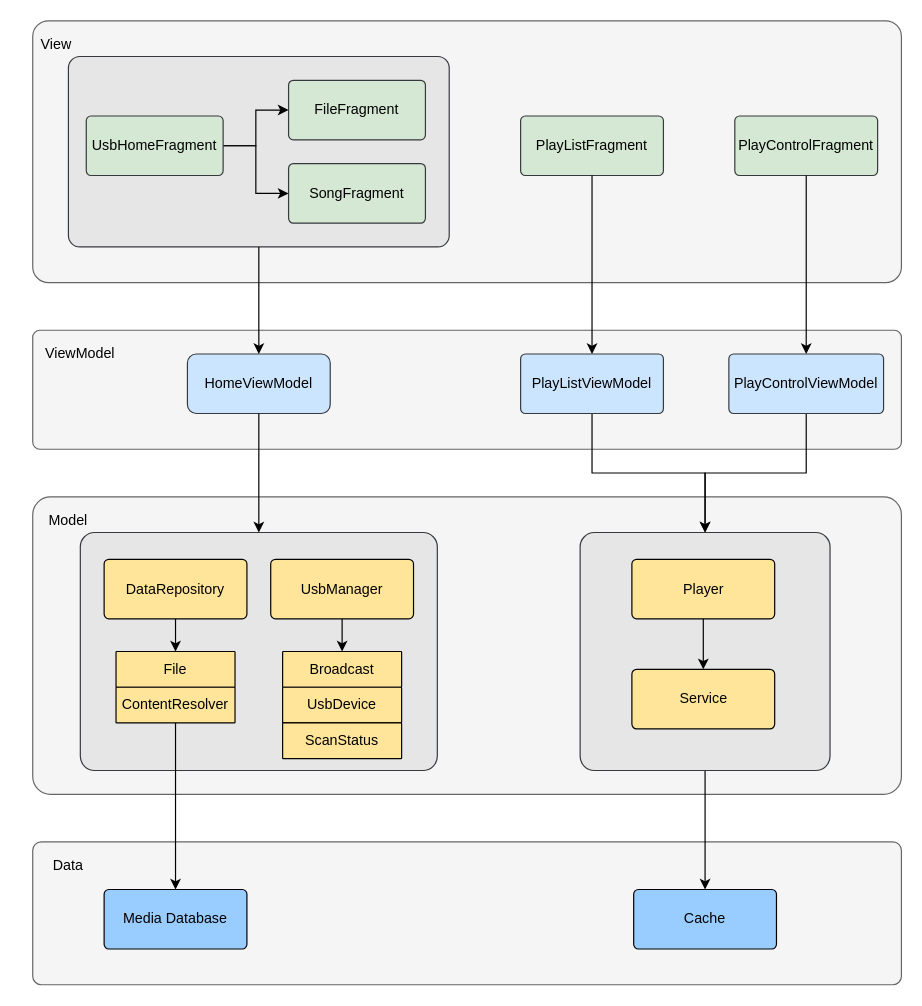
Above: Untitled Diagram.drawio in mengzhi5575/TestGit (draw.io), before the change. Source tidied: cells renumbered, new cells numbered last; positions are measured from the earlier drawing's top-left corner, leaving out a move shared by most shapes. Both pictures are drawn from the tidied source at 119%, with x=0, y=0 at pixel (20, 20).
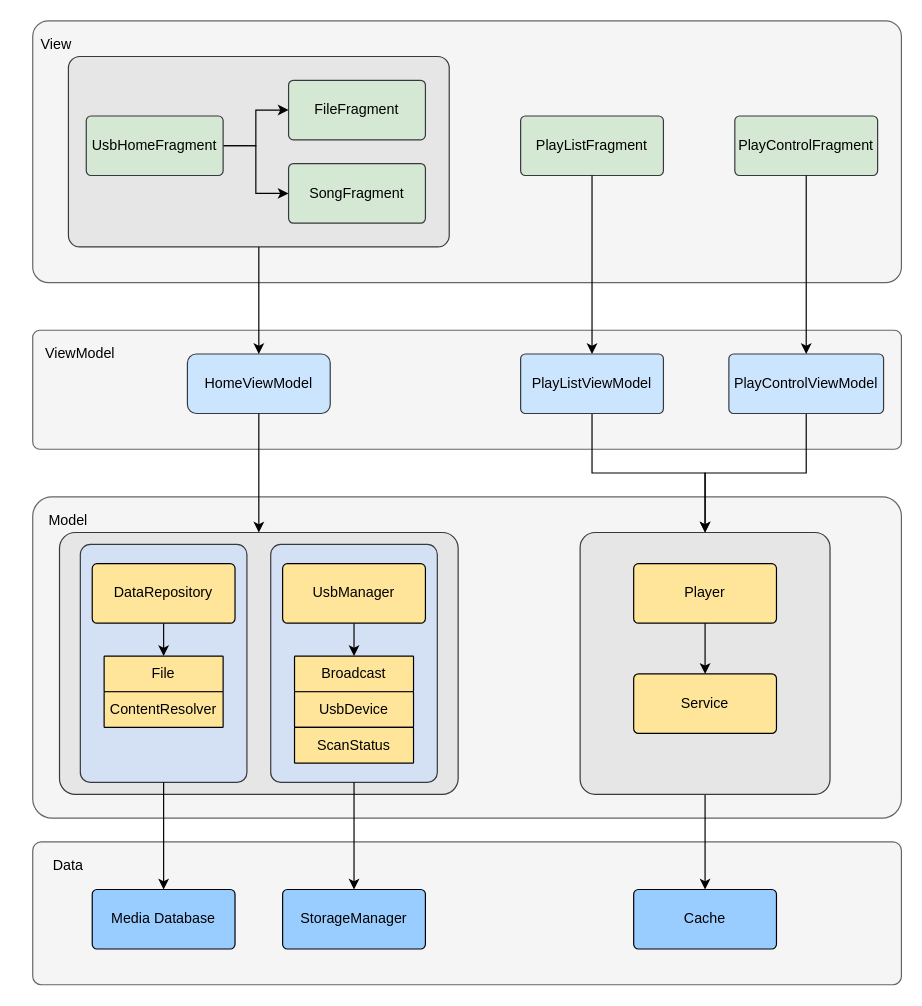
Above is the later version.

Diff of the diagram source:
```diff
@@
+    <mxCell id="3" style="rounded=1;whiteSpace=wrap;html=1;fillColor=#f5f5f5;fontColor=#333333;strokeColor=#666666;align=left;arcSize=6;" parent="1" vertex="1">
+      <mxGeometry x="10" y="400" width="730" height="270" as="geometry" />
+    </mxCell>
+    <mxCell id="6" style="rounded=1;whiteSpace=wrap;html=1;fillColor=#E6E6E6;strokeColor=#36393d;arcSize=6;" parent="1" vertex="1">
+      <mxGeometry x="32.5" y="430" width="335" height="220" as="geometry" />
+    </mxCell>
+    <mxCell id="45" style="rounded=1;whiteSpace=wrap;html=1;fillColor=#D4E1F5;strokeColor=#36393d;arcSize=6;" parent="1" vertex="1">
+      <mxGeometry x="210" y="440" width="140" height="200" as="geometry" />
+    </mxCell>
+    <mxCell id="46" style="rounded=1;whiteSpace=wrap;html=1;fillColor=#D4E1F5;strokeColor=#36393d;arcSize=6;" parent="1" vertex="1">
+      <mxGeometry x="50" y="440" width="140" height="200" as="geometry" />
+    </mxCell>
@@
-    <mxCell id="3" style="rounded=1;whiteSpace=wrap;html=1;fillColor=#f5f5f5;fontColor=#333333;strokeColor=#666666;align=left;arcSize=6;" parent="1" vertex="1">
-      <mxGeometry x="10" y="400" width="730" height="250" as="geometry" />
-    </mxCell>
@@
     <mxCell id="5" style="rounded=1;whiteSpace=wrap;html=1;fillColor=#E6E6E6;strokeColor=#36393d;arcSize=6;" parent="1" vertex="1">
-      <mxGeometry x="470" y="430" width="210" height="200" as="geometry" />
+      <mxGeometry x="470" y="430" width="210" height="220" as="geometry" />
     </mxCell>
-    <mxCell id="6" style="rounded=1;whiteSpace=wrap;html=1;fillColor=#E6E6E6;strokeColor=#36393d;arcSize=6;" parent="1" vertex="1">
-      <mxGeometry x="50" y="430" width="300" height="200" as="geometry" />
-    </mxCell>
     <mxCell id="7" value="Player" style="rounded=1;whiteSpace=wrap;html=1;fillColor=#FFE599;strokeColor=#000000;arcSize=8;" parent="1" vertex="1">
-      <mxGeometry x="513.5" y="452.5" width="120" height="50" as="geometry" />
+      <mxGeometry x="515" y="456.2" width="120" height="50" as="geometry" />
     </mxCell>
@@
     <mxCell id="30" value="Service" style="rounded=1;whiteSpace=wrap;html=1;fillColor=#FFE599;strokeColor=#000000;arcSize=8;" parent="1" vertex="1">
-      <mxGeometry x="513.5" y="545" width="120" height="50" as="geometry" />
+      <mxGeometry x="515" y="548.8" width="120" height="50" as="geometry" />
     </mxCell>
     <mxCell id="31" value="Media Database" style="rounded=1;whiteSpace=wrap;html=1;fillColor=#99CCFF;strokeColor=#000000;arcSize=8;" parent="1" vertex="1">
-      <mxGeometry x="70" y="730" width="120" height="50" as="geometry" />
+      <mxGeometry x="60" y="730" width="120" height="50" as="geometry" />
     </mxCell>
     <mxCell id="32" value="File" style="rounded=1;whiteSpace=wrap;html=1;fillColor=#FFE599;strokeColor=#000000;arcSize=2;" parent="1" vertex="1">
-      <mxGeometry x="80" y="530" width="100" height="30" as="geometry" />
+      <mxGeometry x="70" y="533.8" width="100" height="30" as="geometry" />
     </mxCell>
@@
-    <mxCell id="36" style="edgeStyle=orthogonalEdgeStyle;rounded=0;jettySize=auto;html=1;exitX=0.5;exitY=1;exitDx=0;exitDy=0;startArrow=none;startFill=0;" parent="1" edge="1" source="37" target="31">
-      <mxGeometry relative="1" as="geometry" />
-    </mxCell>
     <mxCell id="37" value="ContentResolver" style="rounded=1;whiteSpace=wrap;html=1;fillColor=#FFE599;strokeColor=#000000;arcSize=2;" parent="1" vertex="1">
-      <mxGeometry x="80" y="560" width="100" height="30" as="geometry" />
+      <mxGeometry x="70" y="563.8" width="100" height="30" as="geometry" />
     </mxCell>
@@
     <mxCell id="39" value="DataRepository" style="rounded=1;whiteSpace=wrap;html=1;fillColor=#FFE599;strokeColor=#000000;arcSize=8;" parent="1" vertex="1">
-      <mxGeometry x="70" y="452.5" width="120" height="50" as="geometry" />
+      <mxGeometry x="60" y="456.2" width="120" height="50" as="geometry" />
     </mxCell>
@@
     <mxCell id="41" value="UsbManager" style="rounded=1;whiteSpace=wrap;html=1;fillColor=#FFE599;strokeColor=#000000;arcSize=8;" parent="1" vertex="1">
-      <mxGeometry x="210" y="452.5" width="120" height="50" as="geometry" />
+      <mxGeometry x="220" y="456.2" width="120" height="50" as="geometry" />
     </mxCell>
     <mxCell id="42" value="Broadcast" style="rounded=1;whiteSpace=wrap;html=1;fillColor=#FFE599;strokeColor=#000000;arcSize=2;" parent="1" vertex="1">
-      <mxGeometry x="220" y="530" width="100" height="30" as="geometry" />
+      <mxGeometry x="230" y="533.8" width="100" height="30" as="geometry" />
     </mxCell>
     <mxCell id="43" value="UsbDevice" style="rounded=1;whiteSpace=wrap;html=1;fillColor=#FFE599;strokeColor=#000000;arcSize=2;" parent="1" vertex="1">
-      <mxGeometry x="220" y="560" width="100" height="30" as="geometry" />
+      <mxGeometry x="230" y="563.8" width="100" height="30" as="geometry" />
     </mxCell>
     <mxCell id="44" value="ScanStatus" style="rounded=1;whiteSpace=wrap;html=1;fillColor=#FFE599;strokeColor=#000000;arcSize=2;" parent="1" vertex="1">
-      <mxGeometry x="220" y="590" width="100" height="30" as="geometry" />
+      <mxGeometry x="230" y="593.8" width="100" height="30" as="geometry" />
     </mxCell>
+    <mxCell id="47" style="edgeStyle=orthogonalEdgeStyle;rounded=0;jettySize=auto;html=1;exitX=0.5;exitY=1;exitDx=0;exitDy=0;entryX=0.5;entryY=0;entryDx=0;entryDy=0;startArrow=none;startFill=0;" parent="1" edge="1" source="46" target="31">
+      <mxGeometry relative="1" as="geometry" />
+    </mxCell>
+    <mxCell id="48" value="StorageManager" style="rounded=1;whiteSpace=wrap;html=1;fillColor=#99CCFF;strokeColor=#000000;arcSize=8;" parent="1" vertex="1">
+      <mxGeometry x="220" y="730" width="120" height="50" as="geometry" />
+    </mxCell>
+    <mxCell id="49" style="edgeStyle=orthogonalEdgeStyle;rounded=0;jettySize=auto;html=1;exitX=0.5;exitY=1;exitDx=0;exitDy=0;entryX=0.5;entryY=0;entryDx=0;entryDy=0;startArrow=none;startFill=0;" parent="1" edge="1" source="45" target="48">
+      <mxGeometry relative="1" as="geometry" />
+    </mxCell>
```
